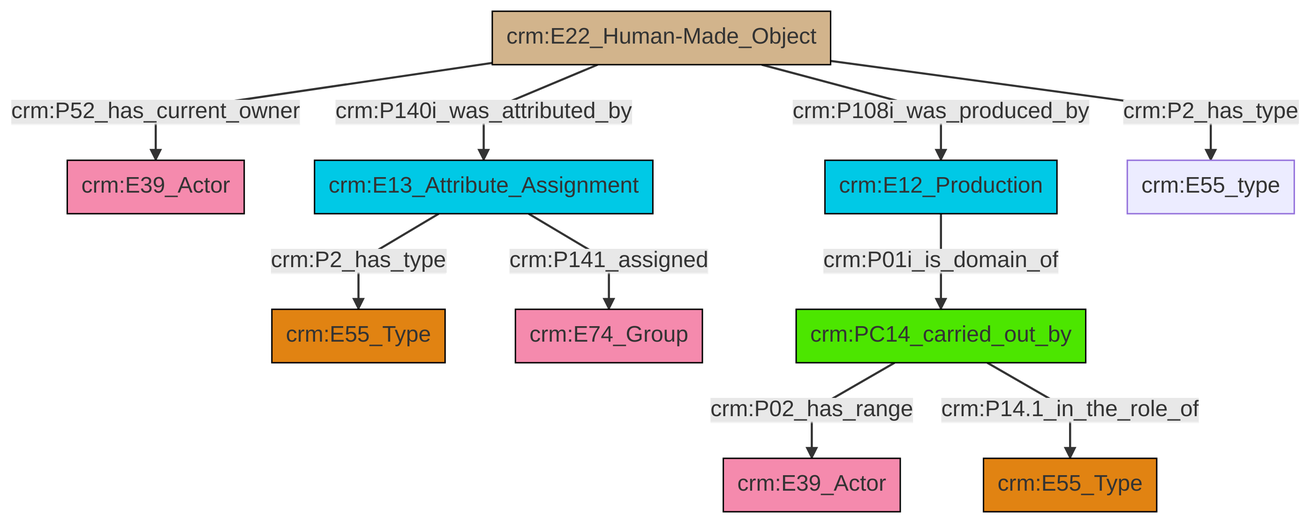
Earlier version of the Mermaid export et/builtWorkCSV/ttl/mmd/png/Built_Work_actor_relations.png (swiss-art-research-net/reference-data-models). Its source is kept beside it as et/builtWorkCSV/ttl/mmd/Built_Work_actor_relations.ttl.mmd.
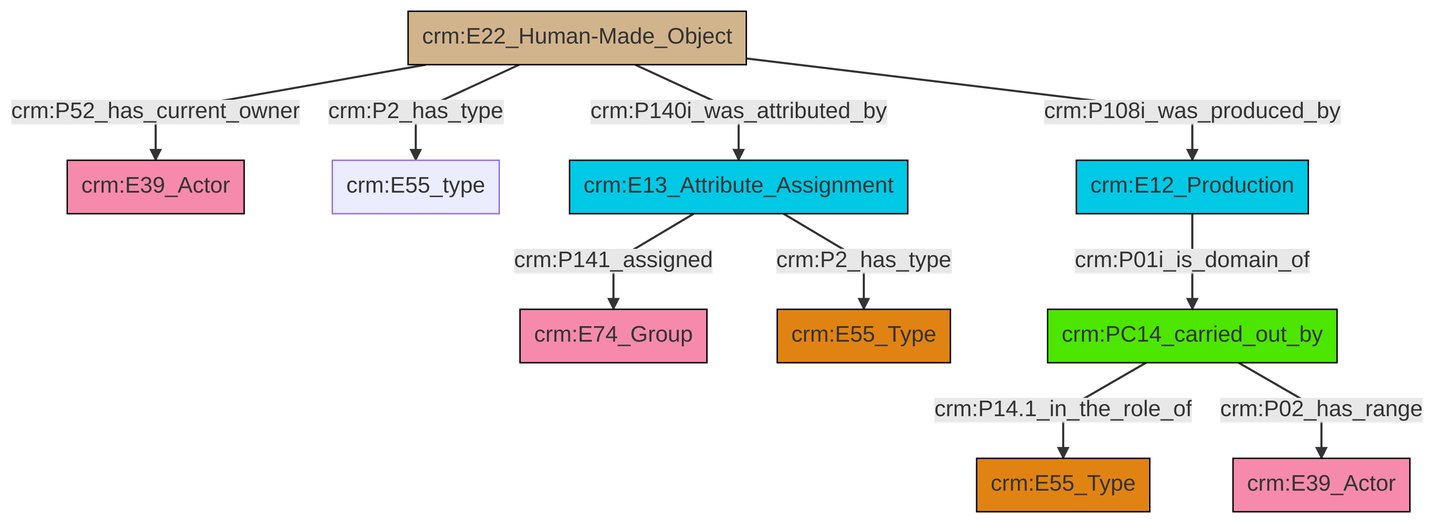
The same file after the commit.

The edit, as a diff of the source:
```diff
@@ -13,12 +13,12 @@
 classDef PC_Classes fill:#4ce600, stroke:#000000;
 classDef Multi fill:#cccccc,stroke:#000000;
 
-0["crm:E22_Human-Made_Object"]:::Physical_Thing -->|crm:P52_has_current_owner| 1["crm:E39_Actor"]:::Actor
-4["crm:E13_Attribute_Assignment"]:::Temporal_Entity -->|crm:P2_has_type| 2["crm:E55_Type"]:::Type
-0["crm:E22_Human-Made_Object"]:::Physical_Thing -->|crm:P140i_was_attributed_by| 4["crm:E13_Attribute_Assignment"]:::Temporal_Entity
-13["crm:PC14_carried_out_by"]:::PC_Classes -->|crm:P02_has_range| 14["crm:E39_Actor"]:::Actor
-0["crm:E22_Human-Made_Object"]:::Physical_Thing -->|crm:P108i_was_produced_by| 5["crm:E12_Production"]:::Temporal_Entity
-13["crm:PC14_carried_out_by"]:::PC_Classes -->|crm:P14.1_in_the_role_of| 11["crm:E55_Type"]:::Type
-4["crm:E13_Attribute_Assignment"]:::Temporal_Entity -->|crm:P141_assigned| 9["crm:E74_Group"]:::Actor
-5["crm:E12_Production"]:::Temporal_Entity -->|crm:P01i_is_domain_of| 13["crm:PC14_carried_out_by"]:::PC_Classes
-0["crm:E22_Human-Made_Object"]:::Physical_Thing -->|crm:P2_has_type| 16["crm:E55_type"]:::Default
+2["crm:PC14_carried_out_by"]:::PC_Classes -->|crm:P14.1_in_the_role_of| 3["crm:E55_Type"]:::Type
+8["crm:E22_Human-Made_Object"]:::Physical_Thing -->|crm:P52_has_current_owner| 6["crm:E39_Actor"]:::Actor
+9["crm:E12_Production"]:::Temporal_Entity -->|crm:P01i_is_domain_of| 2["crm:PC14_carried_out_by"]:::PC_Classes
+8["crm:E22_Human-Made_Object"]:::Physical_Thing -->|crm:P2_has_type| 10["crm:E55_type"]:::Default
+8["crm:E22_Human-Made_Object"]:::Physical_Thing -->|crm:P140i_was_attributed_by| 11["crm:E13_Attribute_Assignment"]:::Temporal_Entity
+11["crm:E13_Attribute_Assignment"]:::Temporal_Entity -->|crm:P141_assigned| 0["crm:E74_Group"]:::Actor
+8["crm:E22_Human-Made_Object"]:::Physical_Thing -->|crm:P108i_was_produced_by| 9["crm:E12_Production"]:::Temporal_Entity
+2["crm:PC14_carried_out_by"]:::PC_Classes -->|crm:P02_has_range| 16["crm:E39_Actor"]:::Actor
+11["crm:E13_Attribute_Assignment"]:::Temporal_Entity -->|crm:P2_has_type| 4["crm:E55_Type"]:::Type
```
